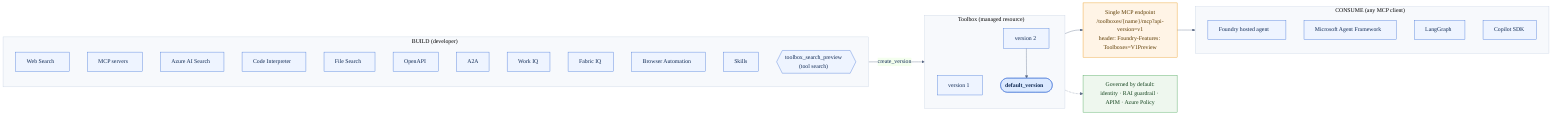
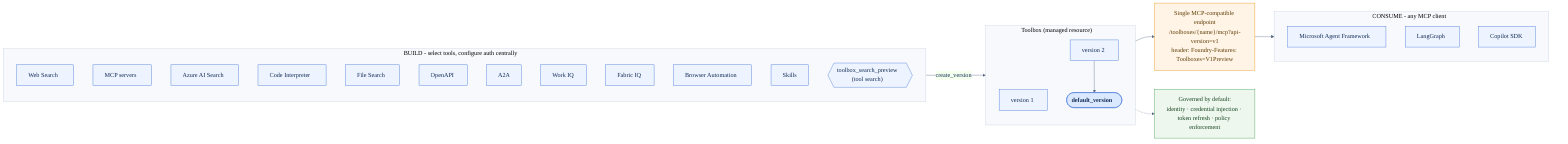
%%{init: {"theme":"base","themeVariables":{"fontFamily":"Segoe UI, Helvetica, Arial, sans-serif","primaryColor":"#eef4ff","primaryBorderColor":"#3b6fd6","primaryTextColor":"#102a54","lineColor":"#5b6b86","clusterBkg":"#f7f9fc","clusterBorder":"#c7d2e3"}}}%%
flowchart LR
-     subgraph BUILD["BUILD (developer)"]
+     subgraph BUILD["BUILD - select tools, configure auth centrally"]
        direction TB
        T1["Web Search"]
        T2["MCP servers"]
        T3["Azure AI Search"]
        T4["Code Interpreter"]
        T5["File Search"]
        T6["OpenAPI"]
        T7["A2A"]
        T8["Work IQ"]
        T9["Fabric IQ"]
        T10["Browser Automation"]
        T11["Skills"]
        TS{{"toolbox_search_preview<br/>(tool search)"}}
    end

    subgraph TBX["Toolbox (managed resource)"]
        direction TB
        V1["version 1"]
        V2["version 2"]
        DEF(["default_version"]):::accent
        V2 --> DEF
    end

    BUILD -->|create_version| TBX

-     EP["Single MCP endpoint<br/>/toolboxes/{name}/mcp?api-version=v1<br/>header: Foundry-Features: Toolboxes=V1Preview"]:::endpoint
+     EP["Single MCP-compatible endpoint<br/>/toolboxes/{name}/mcp?api-version=v1<br/>header: Foundry-Features: Toolboxes=V1Preview"]:::endpoint
    DEF --> EP

-     subgraph CONSUME["CONSUME (any MCP client)"]
+     subgraph CONSUME["CONSUME - any MCP client"]
        direction TB
-         C1["Foundry hosted agent"]
-         C2["Microsoft Agent Framework"]
-         C3["LangGraph"]
-         C4["Copilot SDK"]
+         C1["Microsoft Agent Framework"]
+         C2["LangGraph"]
+         C3["Copilot SDK"]
    end

    EP --> CONSUME

-     GOV["Governed by default:<br/>identity &middot; RAI guardrail &middot; APIM &middot; Azure Policy"]:::gov
+     GOV["Governed by default:<br/>identity &middot; credential injection &middot; token refresh &middot; policy enforcement"]:::gov
    TBX -.-> GOV

    classDef accent fill:#dbe9ff,stroke:#3b6fd6,color:#102a54,font-weight:bold;
    classDef endpoint fill:#fff4e6,stroke:#e8910c,color:#5c3b00;
    classDef gov fill:#eef7ee,stroke:#3a9d4a,color:#13431d;
